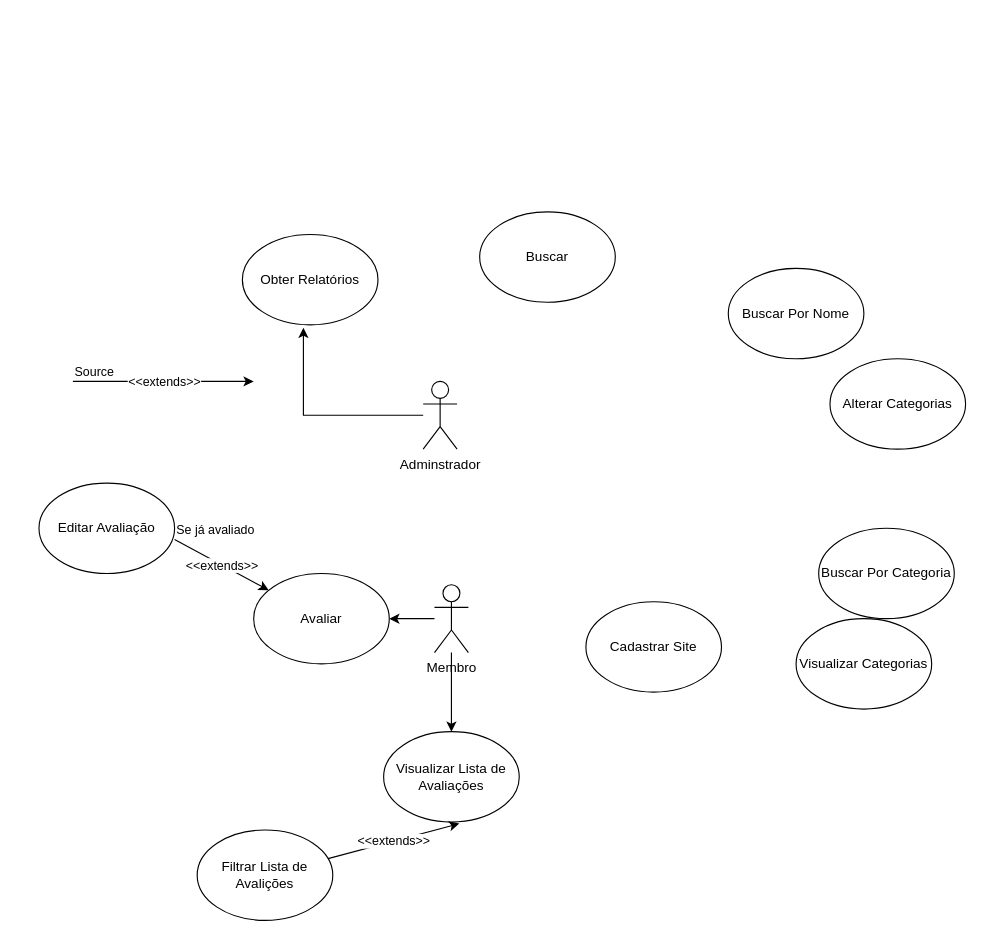
Above: Untitled Diagram.drawio in GusAndrade337/Proj_Soft (draw.io), before the change. Source tidied: cells renumbered, new cells numbered last; positions are measured from the earlier drawing's top-left corner, leaving out a move shared by most shapes. Both pictures are drawn from the tidied source at 113%, with x=0, y=0 at pixel (38, 211).
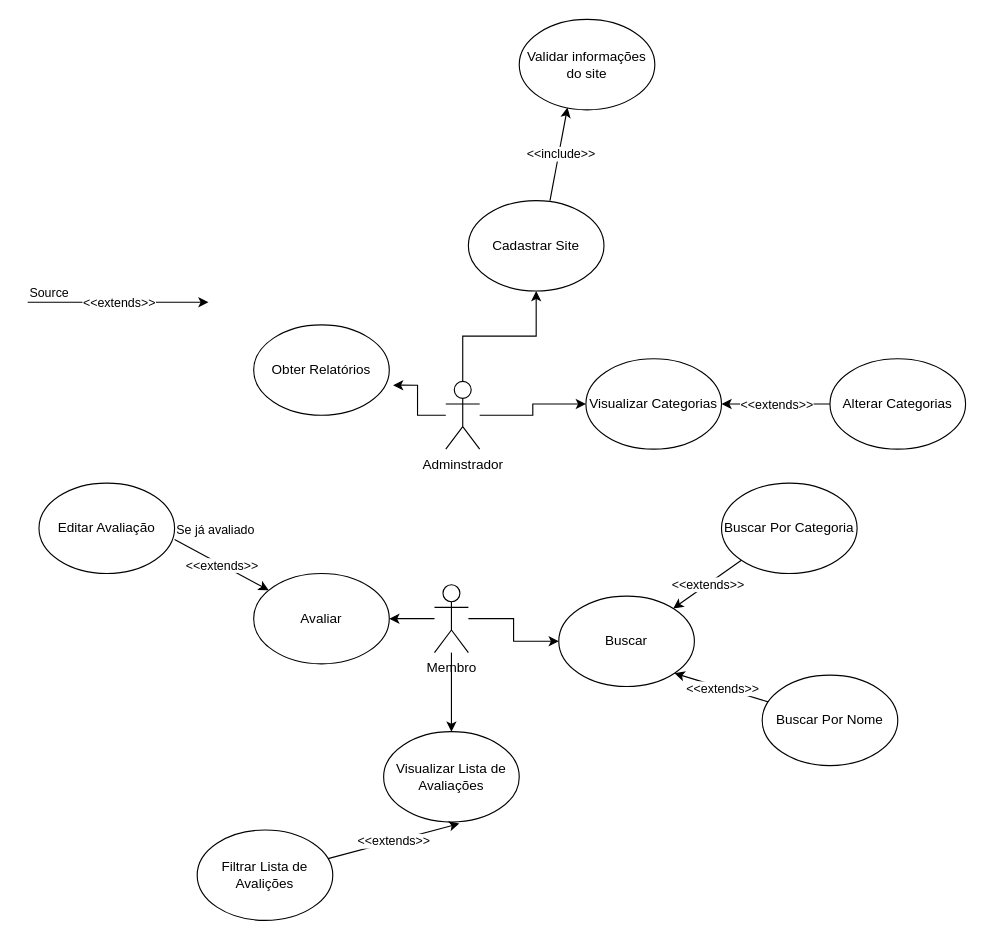
The same page after the edit.

Unchanged cells that the change refers to:
```xml
<mxCell id="6" value="Membro" style="shape=umlActor;verticalLabelPosition=bottom;verticalAlign=top;html=1;outlineConnect=0;" parent="1" vertex="1">
  <mxGeometry x="350" y="330" width="30" height="60" as="geometry" />
</mxCell>
<mxCell id="13" value="Alterar Categorias" style="ellipse;whiteSpace=wrap;html=1;" parent="1" vertex="1">
  <mxGeometry x="700" y="130" width="120" height="80" as="geometry" />
</mxCell>
```

Change to the diagram source:
```diff
@@
-    <mxCell id="2" style="edgeStyle=orthogonalEdgeStyle;rounded=0;jettySize=auto;html=1;entryX=0.45;entryY=1.033;entryDx=0;entryDy=0;entryPerimeter=0;" parent="1" edge="1" source="3" target="15">
+    <mxCell id="2" style="edgeStyle=orthogonalEdgeStyle;rounded=0;jettySize=auto;html=1;entryX=1.028;entryY=0.667;entryDx=0;entryDy=0;entryPerimeter=0;" parent="1" edge="1" source="3" target="15">
       <mxGeometry relative="1" as="geometry" />
     </mxCell>
+    <mxCell id="26" style="edgeStyle=orthogonalEdgeStyle;rounded=0;jettySize=auto;html=1;" parent="1" edge="1" source="3" target="16">
+      <mxGeometry relative="1" as="geometry" />
+    </mxCell>
+    <mxCell id="27" style="edgeStyle=orthogonalEdgeStyle;rounded=0;jettySize=auto;html=1;entryX=0;entryY=0.5;entryDx=0;entryDy=0;" parent="1" edge="1" source="3" target="14">
+      <mxGeometry relative="1" as="geometry" />
+    </mxCell>
     <mxCell id="3" value="Adminstrador&lt;br&gt;" style="shape=umlActor;verticalLabelPosition=bottom;verticalAlign=top;html=1;outlineConnect=0;" parent="1" vertex="1">
-      <mxGeometry x="340" y="150" width="30" height="60" as="geometry" />
+      <mxGeometry x="360" y="150" width="30" height="60" as="geometry" />
     </mxCell>
@@
+    <mxCell id="28" style="edgeStyle=orthogonalEdgeStyle;rounded=0;jettySize=auto;html=1;entryX=0;entryY=0.5;entryDx=0;entryDy=0;" parent="1" edge="1" source="6" target="7">
+      <mxGeometry relative="1" as="geometry" />
+    </mxCell>
@@
     <mxCell id="7" value="Buscar" style="ellipse;whiteSpace=wrap;html=1;" parent="1" vertex="1">
-      <mxGeometry x="390" width="120" height="80" as="geometry" />
+      <mxGeometry x="460" y="340" width="120" height="80" as="geometry" />
     </mxCell>
     <mxCell id="8" value="Buscar Por Nome" style="ellipse;whiteSpace=wrap;html=1;" parent="1" vertex="1">
-      <mxGeometry x="610" y="50" width="120" height="80" as="geometry" />
+      <mxGeometry x="640" y="410" width="120" height="80" as="geometry" />
     </mxCell>
@@
     <mxCell id="14" value="Visualizar Categorias" style="ellipse;whiteSpace=wrap;html=1;" parent="1" vertex="1">
-      <mxGeometry x="670" y="360" width="120" height="80" as="geometry" />
+      <mxGeometry x="484" y="130" width="120" height="80" as="geometry" />
     </mxCell>
     <mxCell id="15" value="Obter Relatórios" style="ellipse;whiteSpace=wrap;html=1;" parent="1" vertex="1">
-      <mxGeometry x="180" y="20" width="120" height="80" as="geometry" />
+      <mxGeometry x="190" y="100" width="120" height="80" as="geometry" />
     </mxCell>
     <mxCell id="16" value="Cadastrar Site" style="ellipse;whiteSpace=wrap;html=1;" parent="1" vertex="1">
-      <mxGeometry x="484" y="345" width="120" height="80" as="geometry" />
+      <mxGeometry x="380" y="-10" width="120" height="80" as="geometry" />
     </mxCell>
     <mxCell id="17" value="Buscar Por Categoria" style="ellipse;whiteSpace=wrap;html=1;" parent="1" vertex="1">
-      <mxGeometry x="690" y="280" width="120" height="80" as="geometry" />
+      <mxGeometry x="604" y="240" width="120" height="80" as="geometry" />
     </mxCell>
     <mxCell id="18" style="endArrow=classic;html=1;rounded=0;" parent="1" edge="1">
       <mxGeometry relative="1" as="geometry">
-        <mxPoint x="30" y="150" as="sourcePoint" />
-        <mxPoint x="190" y="150" as="targetPoint" />
+        <mxPoint x="-10" y="80" as="sourcePoint" />
+        <mxPoint x="150" y="80" as="targetPoint" />
       </mxGeometry>
     </mxCell>
@@
+    <mxCell id="29" style="endArrow=classic;html=1;rounded=0;entryX=1;entryY=1;entryDx=0;entryDy=0;" parent="1" edge="1" source="8" target="7">
+      <mxGeometry relative="1" as="geometry" />
+    </mxCell>
+    <mxCell id="30" value="&amp;lt;&amp;lt;extends&amp;gt;&amp;gt;" style="edgeLabel;html=1;align=center;verticalAlign=middle;" parent="29" vertex="1">
+      <mxGeometry relative="1" as="geometry" />
+    </mxCell>
+    <mxCell id="31" style="endArrow=classic;html=1;rounded=0;exitX=0;exitY=1;exitDx=0;exitDy=0;" parent="1" edge="1" source="17" target="7">
+      <mxGeometry relative="1" as="geometry" />
+    </mxCell>
+    <mxCell id="32" value="&amp;lt;&amp;lt;extends&amp;gt;&amp;gt;" style="edgeLabel;html=1;align=center;verticalAlign=middle;" parent="31" vertex="1">
+      <mxGeometry relative="1" as="geometry" />
+    </mxCell>
+    <mxCell id="33" style="endArrow=classic;html=1;rounded=0;" parent="1" edge="1" source="13" target="14">
+      <mxGeometry relative="1" as="geometry" />
+    </mxCell>
+    <mxCell id="34" value="&amp;lt;&amp;lt;extends&amp;gt;&amp;gt;" style="edgeLabel;html=1;align=center;verticalAlign=middle;" parent="33" vertex="1">
+      <mxGeometry relative="1" as="geometry" />
+    </mxCell>
+    <mxCell id="35" value="Validar informações do site" style="ellipse;whiteSpace=wrap;html=1;" parent="1" vertex="1">
+      <mxGeometry x="425" y="-170.3" width="120" height="80" as="geometry" />
+    </mxCell>
+    <mxCell id="36" style="endArrow=classic;html=1;rounded=0;entryX=0.356;entryY=0.975;entryDx=0;entryDy=0;entryPerimeter=0;" parent="1" edge="1" target="35">
+      <mxGeometry relative="1" as="geometry">
+        <mxPoint x="452.2" y="-10" as="sourcePoint" />
+      </mxGeometry>
+    </mxCell>
+    <mxCell id="37" value="&amp;lt;&amp;lt;include&amp;gt;&amp;gt;" style="edgeLabel;html=1;align=center;verticalAlign=middle;" parent="36" vertex="1">
+      <mxGeometry relative="1" as="geometry">
+        <mxPoint x="2" as="offset" />
+      </mxGeometry>
+    </mxCell>
```
